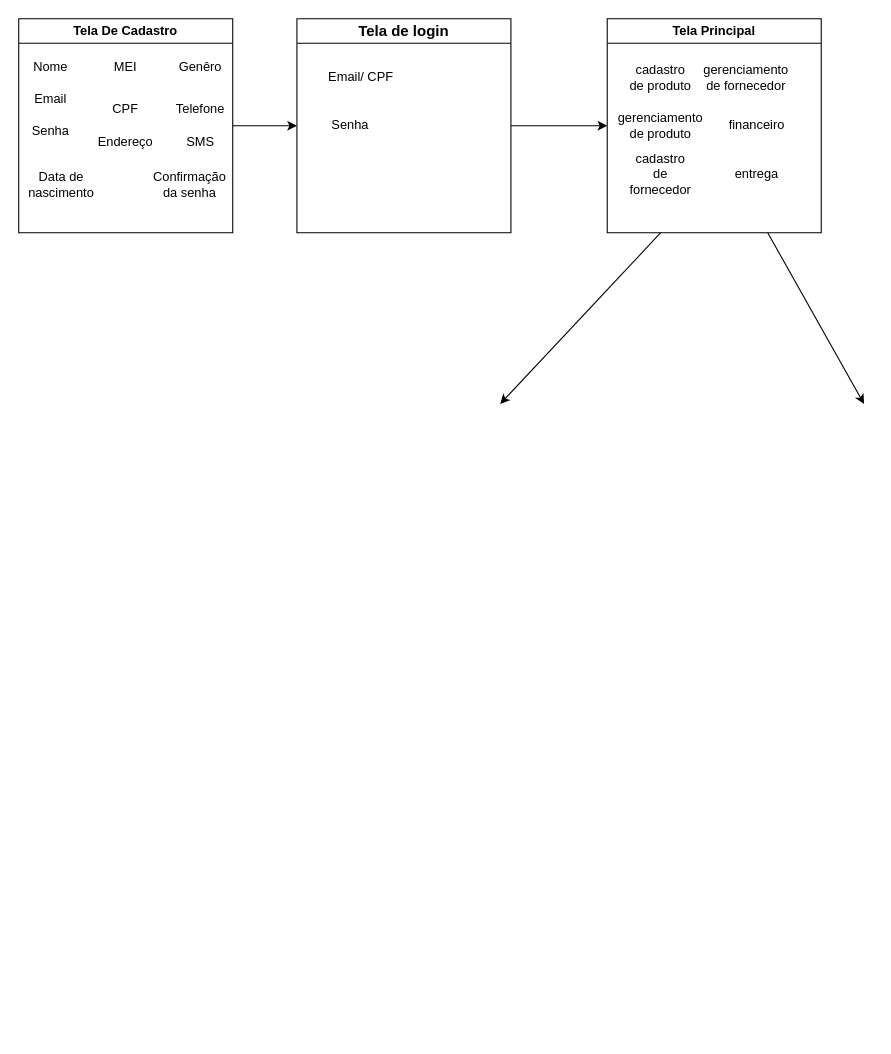
Above: doc/diagrama de classe e o fluxograma/Diagrama de classe.drawio in Apaixonadopormotores/trabalho-ds (draw.io), before the change. Source tidied: cells renumbered, new cells numbered last; positions are measured from the earlier drawing's top-left corner, leaving out a move shared by most shapes. Both pictures are drawn from the tidied source at 107%, with x=0, y=0 at pixel (18, 18).
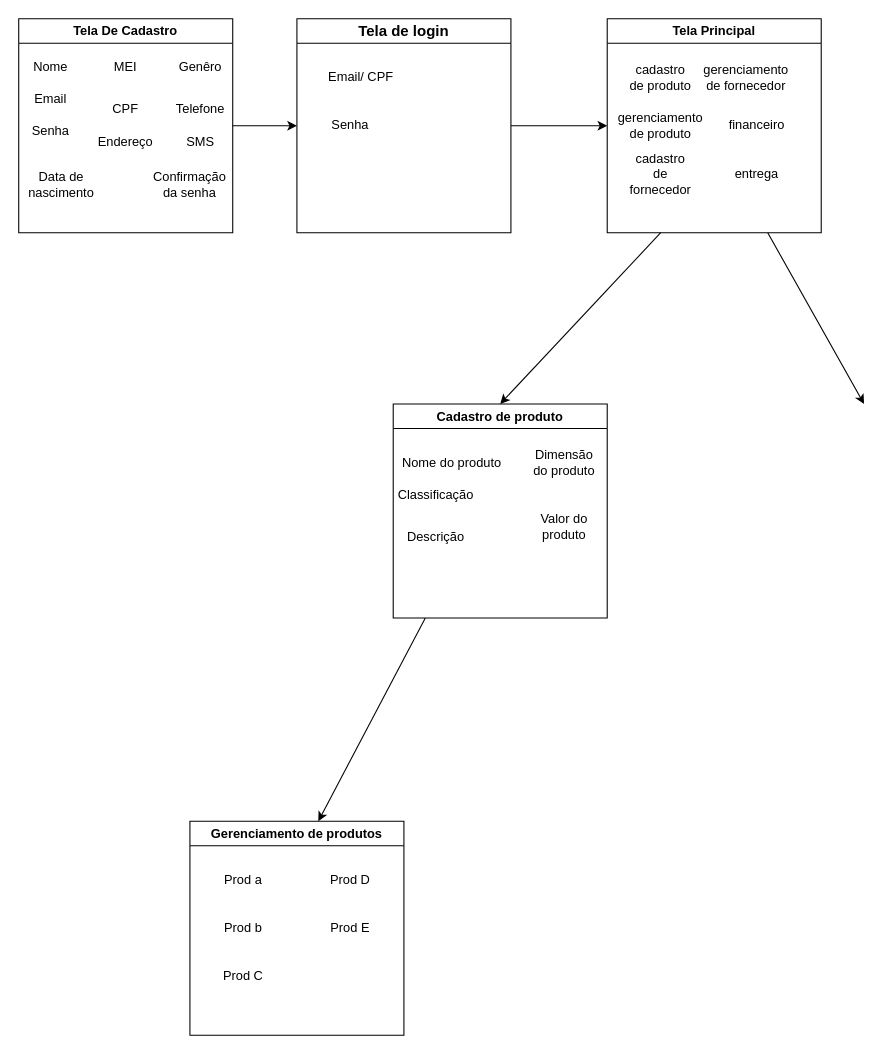
After the change.

Commit message (it also covers changes not shown here):
atualização diagrama de classe

The edit, as a diff of the source:
```diff
@@
+    <mxCell id="28" value="Cadastro de produto" style="swimlane;whiteSpace=wrap;html=1;" parent="1" vertex="1">
+      <mxGeometry x="350" y="360" width="200" height="200" as="geometry" />
+    </mxCell>
+    <mxCell id="29" value="Nome do produto" style="text;html=1;align=center;verticalAlign=middle;whiteSpace=wrap;rounded=0;" parent="28" vertex="1">
+      <mxGeometry y="40" width="110" height="30" as="geometry" />
+    </mxCell>
+    <mxCell id="30" value="Classificação" style="text;html=1;align=center;verticalAlign=middle;whiteSpace=wrap;rounded=0;" parent="28" vertex="1">
+      <mxGeometry x="10" y="70" width="60" height="30" as="geometry" />
+    </mxCell>
+    <mxCell id="31" value="Descrição" style="text;html=1;align=center;verticalAlign=middle;whiteSpace=wrap;rounded=0;" parent="28" vertex="1">
+      <mxGeometry x="10" y="110" width="60" height="30" as="geometry" />
+    </mxCell>
+    <mxCell id="32" value="Dimensão do produto" style="text;html=1;align=center;verticalAlign=middle;whiteSpace=wrap;rounded=0;" parent="28" vertex="1">
+      <mxGeometry x="130" y="40" width="60" height="30" as="geometry" />
+    </mxCell>
+    <mxCell id="33" value="Valor do produto" style="text;html=1;align=center;verticalAlign=middle;whiteSpace=wrap;rounded=0;" parent="28" vertex="1">
+      <mxGeometry x="130" y="100" width="60" height="30" as="geometry" />
+    </mxCell>
+    <mxCell id="34" style="endArrow=classic;html=1;rounded=0;" parent="1" edge="1">
+      <mxGeometry relative="1" as="geometry">
+        <mxPoint x="380" y="560" as="sourcePoint" />
+        <mxPoint x="280" y="750" as="targetPoint" />
+      </mxGeometry>
+    </mxCell>
+    <mxCell id="35" value="Gerenciamento de produtos" style="swimlane;whiteSpace=wrap;html=1;" parent="1" vertex="1">
+      <mxGeometry x="160" y="750" width="200" height="200" as="geometry" />
+    </mxCell>
+    <mxCell id="36" value="Prod a" style="text;html=1;align=center;verticalAlign=middle;whiteSpace=wrap;rounded=0;" parent="35" vertex="1">
+      <mxGeometry x="20" y="40" width="60" height="30" as="geometry" />
+    </mxCell>
+    <mxCell id="37" value="Prod D" style="text;html=1;align=center;verticalAlign=middle;whiteSpace=wrap;rounded=0;" parent="35" vertex="1">
+      <mxGeometry x="120" y="40" width="60" height="30" as="geometry" />
+    </mxCell>
+    <mxCell id="38" value="Prod E" style="text;html=1;align=center;verticalAlign=middle;whiteSpace=wrap;rounded=0;" parent="35" vertex="1">
+      <mxGeometry x="120" y="85" width="60" height="30" as="geometry" />
+    </mxCell>
+    <mxCell id="39" value="Prod b" style="text;html=1;align=center;verticalAlign=middle;whiteSpace=wrap;rounded=0;" parent="35" vertex="1">
+      <mxGeometry x="20" y="85" width="60" height="30" as="geometry" />
+    </mxCell>
+    <mxCell id="40" value="Prod C" style="text;html=1;align=center;verticalAlign=middle;whiteSpace=wrap;rounded=0;" parent="35" vertex="1">
+      <mxGeometry x="20" y="130" width="60" height="30" as="geometry" />
+    </mxCell>
```
